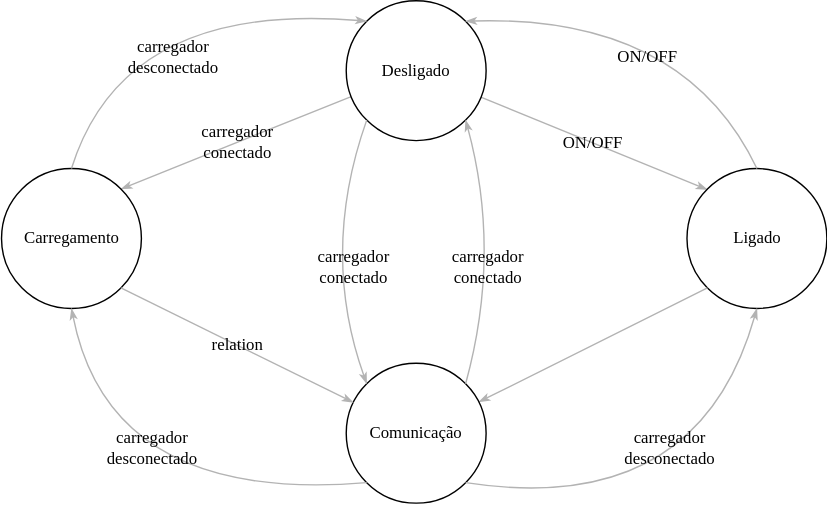
Above: projetos/tennistracker/diagrama.svg in teaching-FEEC/ea075-2024.1 (draw.io), before the change. Source tidied: cells renumbered, new cells last; positions are measured from the earlier drawing's top-left corner, leaving out a move shared by most shapes.
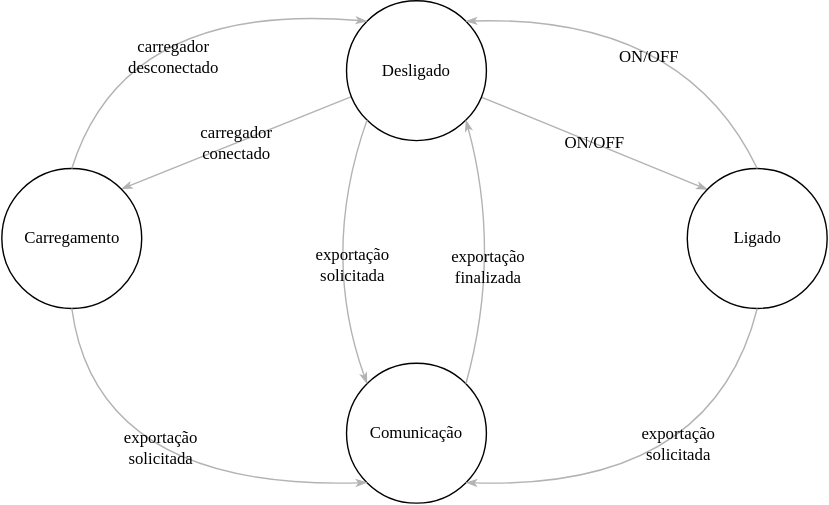
After the change.

Diff of the diagram source:
```diff
@@ -10,23 +10,24 @@
         <mxPoint x="505" y="135" as="targetPoint" />
       </mxGeometry>
     </mxCell>
-    <mxCell id="4" value="Desligado" style="ellipse;whiteSpace=wrap;html=1;rounded=0;shadow=0;comic=0;labelBackgroundColor=none;strokeWidth=1;fontFamily=Verdana;fontSize=12;align=center;fillColor=none;strokeColor=default;verticalAlign=middle;fontColor=default;rotation=0;" parent="1" vertex="1">
+    <mxCell id="4" value="Desligado" style="ellipse;whiteSpace=wrap;html=1;rounded=0;shadow=0;comic=0;labelBackgroundColor=none;strokeWidth=1;fontFamily=Verdana;fontSize=12;align=center;fillColor=none;verticalAlign=middle;rotation=0;" parent="1" vertex="1">
       <mxGeometry x="246.9" width="100" height="100" as="geometry" />
     </mxCell>
-    <mxCell id="5" value="Ligado" style="ellipse;whiteSpace=wrap;html=1;rounded=0;shadow=0;comic=0;labelBackgroundColor=none;strokeWidth=1;fontFamily=Verdana;fontSize=12;align=center;fillColor=none;rotation=0;" parent="1" vertex="1">
+    <mxCell id="5" value="Ligado" style="ellipse;whiteSpace=wrap;html=1;rounded=0;shadow=0;comic=0;labelBackgroundColor=none;strokeWidth=1;fontFamily=Verdana;fontSize=12;align=center;fillColor=none;rotation=0;strokeColor=default;" parent="1" vertex="1">
       <mxGeometry x="490.5" y="120" width="100" height="100" as="geometry" />
     </mxCell>
-    <mxCell id="6" style="edgeStyle=none;rounded=1;html=1;labelBackgroundColor=none;startArrow=none;startFill=0;startSize=5;endArrow=classicThin;endFill=1;endSize=5;jettySize=auto;strokeColor=#B3B3B3;strokeWidth=1;fontFamily=Verdana;fontSize=12;exitX=0;exitY=1;exitDx=0;exitDy=0;" parent="1" edge="1" source="5" target="7">
-      <mxGeometry relative="1" as="geometry" />
-    </mxCell>
     <mxCell id="7" value="Comunicação" style="ellipse;whiteSpace=wrap;html=1;rounded=0;shadow=0;comic=0;labelBackgroundColor=none;strokeWidth=1;fontFamily=Verdana;fontSize=12;align=center;fillColor=none;rotation=0;" parent="1" vertex="1">
       <mxGeometry x="246.9" y="259.2" width="100" height="100" as="geometry" />
     </mxCell>
     <mxCell id="8" value="&lt;span&gt;Carregamento&lt;/span&gt;" style="ellipse;whiteSpace=wrap;html=1;rounded=0;shadow=0;comic=0;labelBackgroundColor=none;strokeWidth=1;fontFamily=Verdana;fontSize=12;align=center;fillColor=none;rotation=0;" parent="1" vertex="1">
       <mxGeometry x="0.5" y="120" width="100" height="100" as="geometry" />
     </mxCell>
-    <mxCell id="9" value="relation" style="edgeStyle=none;rounded=1;html=1;labelBackgroundColor=none;startArrow=none;startFill=0;startSize=5;endArrow=classicThin;endFill=1;endSize=5;jettySize=auto;strokeColor=#B3B3B3;strokeWidth=1;fontFamily=Verdana;fontSize=12;exitX=1;exitY=1;exitDx=0;exitDy=0;" parent="1" edge="1" source="8" target="7">
-      <mxGeometry relative="1" as="geometry" />
+    <mxCell id="9" value="exportação&lt;div&gt;solicitada&lt;/div&gt;" style="edgeStyle=none;rounded=0;html=1;labelBackgroundColor=none;startArrow=none;startFill=0;startSize=5;endArrow=classicThin;endFill=1;endSize=5;jettySize=auto;strokeColor=#B3B3B3;strokeWidth=1;fontFamily=Verdana;fontSize=12;exitX=0.5;exitY=1;exitDx=0;exitDy=0;entryX=0;entryY=1;entryDx=0;entryDy=0;curved=1;" parent="1" edge="1" source="8" target="7">
+      <mxGeometry x="0.1" y="29" relative="1" as="geometry">
+        <Array as="points">
+          <mxPoint x="68" y="350" />
+        </Array>
+      </mxGeometry>
     </mxCell>
     <mxCell id="10" value="ON/OFF" style="edgeStyle=none;rounded=0;html=1;labelBackgroundColor=none;startArrow=none;startFill=0;startSize=5;endArrow=classicThin;endFill=1;endSize=5;jettySize=auto;strokeColor=#B3B3B3;strokeWidth=1;fontFamily=Verdana;fontSize=12;entryX=1;entryY=0;entryDx=0;entryDy=0;exitX=0.5;exitY=0;exitDx=0;exitDy=0;curved=1;" parent="1" edge="1" source="5" target="4">
       <mxGeometry x="0.07" y="29" relative="1" as="geometry">
@@ -42,33 +43,26 @@
         </Array>
       </mxGeometry>
     </mxCell>
-    <mxCell id="12" value="carregador&lt;div&gt;desconectado&lt;/div&gt;" style="edgeStyle=none;rounded=0;html=1;labelBackgroundColor=none;startArrow=none;startFill=0;startSize=5;endArrow=classicThin;endFill=1;endSize=5;jettySize=auto;strokeColor=#B3B3B3;strokeWidth=1;fontFamily=Verdana;fontSize=12;entryX=0.5;entryY=1;entryDx=0;entryDy=0;exitX=1;exitY=1;exitDx=0;exitDy=0;curved=1;" parent="1" edge="1" source="7" target="5">
-      <mxGeometry x="0.3" y="33" relative="1" as="geometry">
-        <Array as="points">
-          <mxPoint x="498" y="370" />
-        </Array>
-      </mxGeometry>
-    </mxCell>
-    <mxCell id="13" value="carregador&lt;div&gt;desconectado&lt;/div&gt;" style="edgeStyle=none;rounded=0;html=1;labelBackgroundColor=none;startArrow=none;startFill=0;startSize=5;endArrow=classicThin;endFill=1;endSize=5;jettySize=auto;strokeColor=#B3B3B3;strokeWidth=1;fontFamily=Verdana;fontSize=12;entryX=0.5;entryY=1;entryDx=0;entryDy=0;exitX=0;exitY=1;exitDx=0;exitDy=0;curved=1;" parent="1" edge="1" source="7" target="8">
-      <mxGeometry x="0.33" y="-37" relative="1" as="geometry">
-        <Array as="points">
-          <mxPoint x="78" y="360" />
-        </Array>
-      </mxGeometry>
-    </mxCell>
-    <mxCell id="14" value="carregador&lt;div&gt;&lt;span style=&quot;background-color: initial;&quot;&gt;conectado&lt;/span&gt;&lt;/div&gt;" style="edgeStyle=none;rounded=0;html=1;labelBackgroundColor=none;startArrow=none;startFill=0;startSize=5;endArrow=classicThin;endFill=1;endSize=5;jettySize=auto;strokeColor=#B3B3B3;strokeWidth=1;fontFamily=Verdana;fontSize=12;entryX=0;entryY=0;entryDx=0;entryDy=0;exitX=0;exitY=1;exitDx=0;exitDy=0;curved=1;" parent="1" edge="1" source="4" target="7">
+    <mxCell id="14" value="exportação&lt;div&gt;solicitada&lt;/div&gt;" style="edgeStyle=none;rounded=0;html=1;labelBackgroundColor=none;startArrow=none;startFill=0;startSize=5;endArrow=classicThin;endFill=1;endSize=5;jettySize=auto;strokeColor=#B3B3B3;strokeWidth=1;fontFamily=Verdana;fontSize=12;entryX=0;entryY=0;entryDx=0;entryDy=0;exitX=0;exitY=1;exitDx=0;exitDy=0;curved=1;" parent="1" edge="1" source="4" target="7">
       <mxGeometry x="0.17" y="19" relative="1" as="geometry">
         <Array as="points">
           <mxPoint x="228" y="180" />
         </Array>
       </mxGeometry>
     </mxCell>
-    <mxCell id="15" value="carregador&lt;div&gt;&lt;span style=&quot;background-color: initial;&quot;&gt;conectado&lt;/span&gt;&lt;/div&gt;" style="edgeStyle=none;rounded=0;html=1;labelBackgroundColor=none;startArrow=none;startFill=0;startSize=5;endArrow=classicThin;endFill=1;endSize=5;jettySize=auto;strokeColor=#B3B3B3;strokeWidth=1;fontFamily=Verdana;fontSize=12;exitX=1;exitY=0;exitDx=0;exitDy=0;curved=1;entryX=1;entryY=1;entryDx=0;entryDy=0;" parent="1" edge="1" source="7" target="4">
+    <mxCell id="15" value="exportação&lt;div&gt;finalizada&lt;/div&gt;" style="edgeStyle=none;rounded=0;html=1;labelBackgroundColor=none;startArrow=none;startFill=0;startSize=5;endArrow=classicThin;endFill=1;endSize=5;jettySize=auto;strokeColor=#B3B3B3;strokeWidth=1;fontFamily=Verdana;fontSize=12;exitX=1;exitY=0;exitDx=0;exitDy=0;curved=1;entryX=1;entryY=1;entryDx=0;entryDy=0;" parent="1" edge="1" source="7" target="4">
       <mxGeometry x="-0.13" y="7" relative="1" as="geometry">
         <Array as="points">
           <mxPoint x="358" y="180" />
         </Array>
       </mxGeometry>
     </mxCell>
+    <mxCell id="6" value="exportação&lt;div&gt;solicitada&lt;/div&gt;" style="edgeStyle=none;rounded=0;html=1;labelBackgroundColor=none;startArrow=none;startFill=0;startSize=5;endArrow=classicThin;endFill=1;endSize=5;jettySize=auto;strokeColor=#B3B3B3;strokeWidth=1;fontFamily=Verdana;fontSize=12;exitX=0.5;exitY=1;exitDx=0;exitDy=0;entryX=1;entryY=1;entryDx=0;entryDy=0;curved=1;" parent="1" edge="1" source="5" target="7">
+      <mxGeometry x="-0.31" y="-31" relative="1" as="geometry">
+        <Array as="points">
+          <mxPoint x="508" y="350" />
+        </Array>
+      </mxGeometry>
+    </mxCell>
   </root>
 </mxGraphModel>
```
